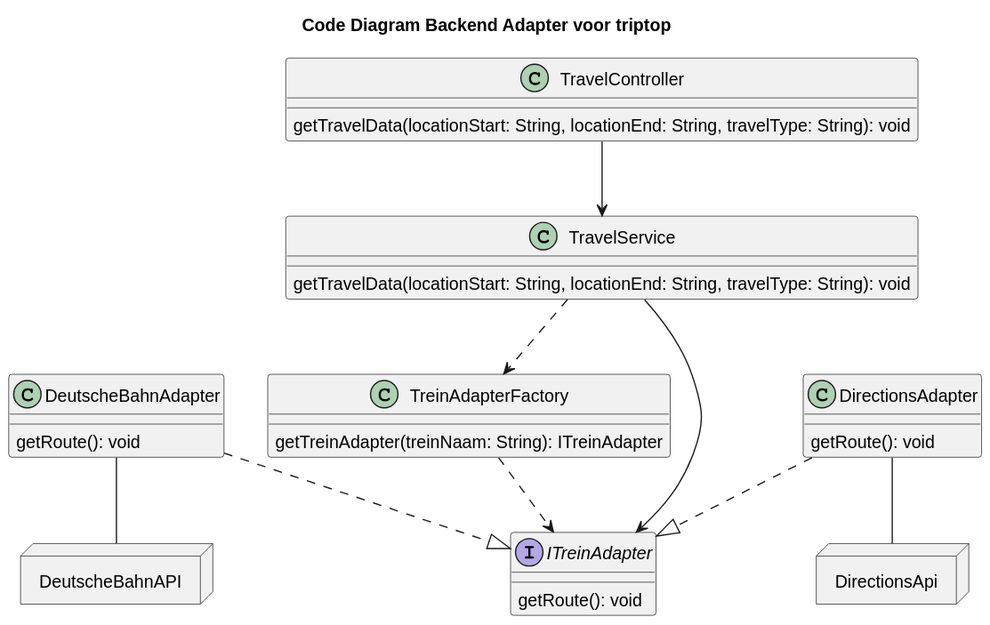
Above: software-guidebook/code_diagram_joost.svg in AIM-ENE-feb25/triptop-groep-tweeeeeeeeeeeeeeeeeeeeee (PlantUML), before the change.
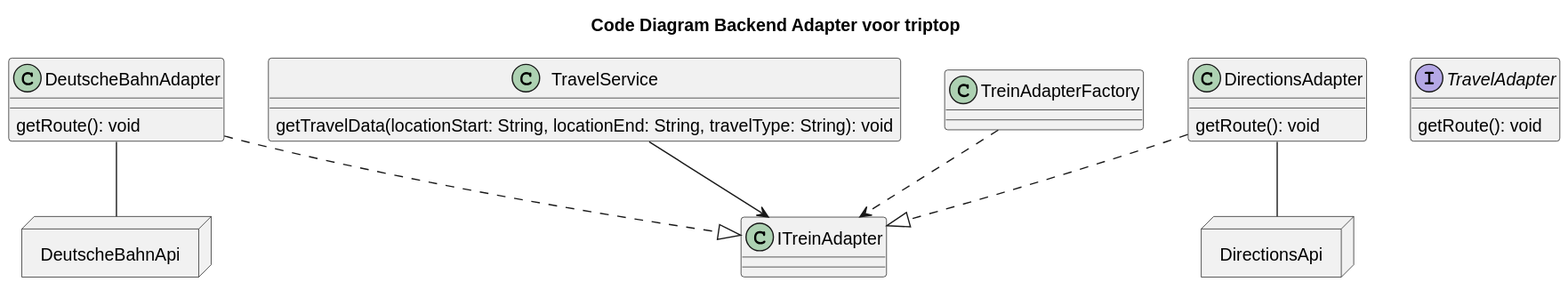
The same diagram one commit later.

Commit message:
change code diagram

Diff of the diagram source:
```diff
@@ -1,18 +1,12 @@
 @startuml
 title Code Diagram Backend Adapter voor triptop
 
-class TravelController{
-    getTravelData(locationStart: String, locationEnd: String, travelType: String): void
-}
+
 class TravelService{
     getTravelData(locationStart: String, locationEnd: String, travelType: String): void
 }
-class TreinAdapterFactory
-{
-    getTreinAdapter(treinNaam: String): ITreinAdapter
-}
 
-interface ITreinAdapter{
+interface TravelAdapter{
    getRoute(): void
 }
 class DirectionsAdapter{
@@ -24,14 +18,14 @@
 
 
 
-TravelController --> TravelService
+
 TravelService --> ITreinAdapter
-TravelService ..> TreinAdapterFactory
+
 DirectionsAdapter..|> ITreinAdapter
 DeutscheBahnAdapter ..|> ITreinAdapter
 TreinAdapterFactory ..> ITreinAdapter
 
-node DeutscheBahnAPI as "DeutscheBahnAPI"{
+node DeutscheBahnAPI as "DeutscheBahnApi"{
    }
 
 node DirectionsApi as "DirectionsApi"{
```
